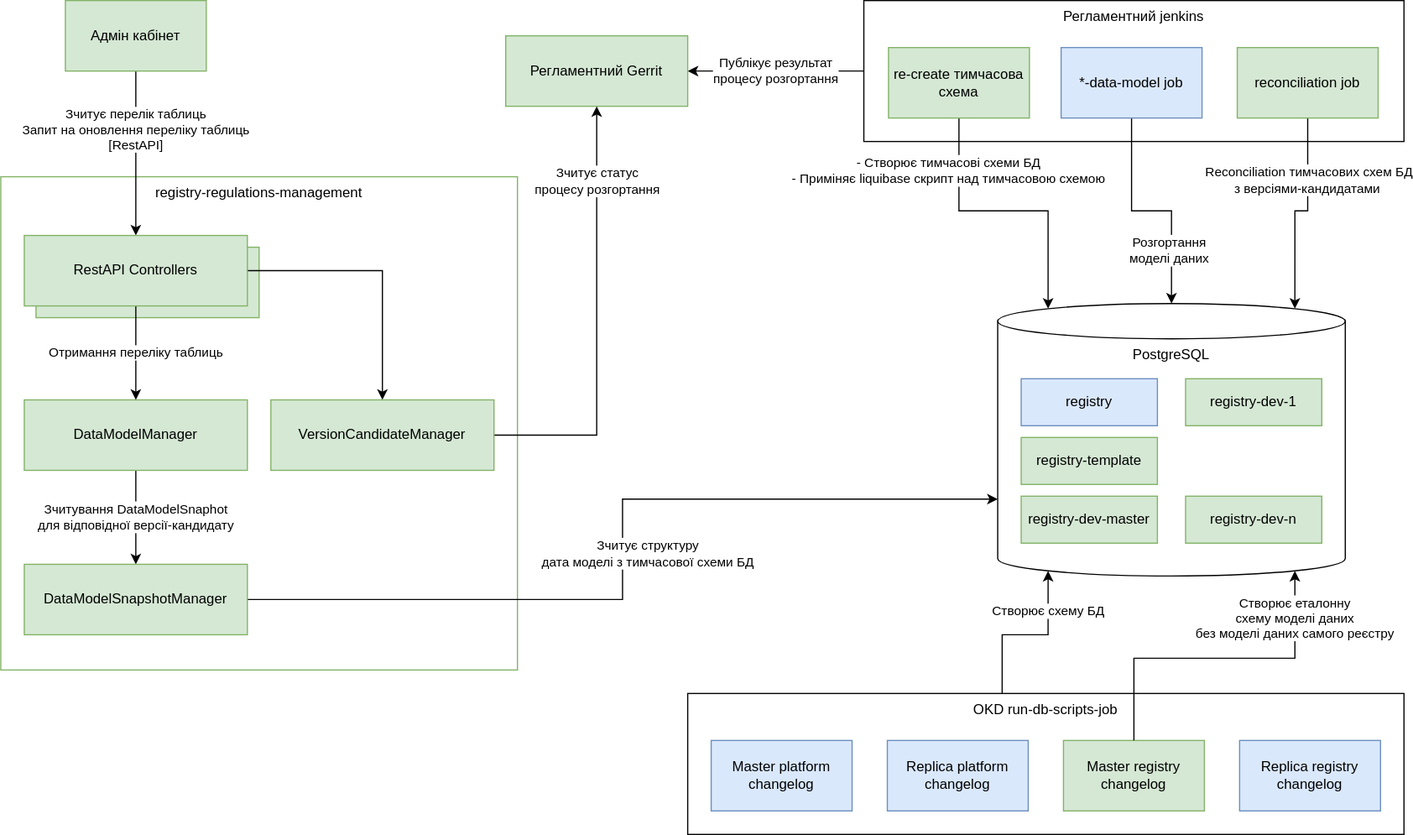
Earlier version of the draw.io export modules/arch/images/architecture-workspace/platform-evolution/data-model-version-candidates/target-design.svg (epam/edp-ddm-architecture). Source tidied: cells renumbered, new cells last; positions are measured from the earlier drawing's top-left corner, leaving out a move shared by most shapes.
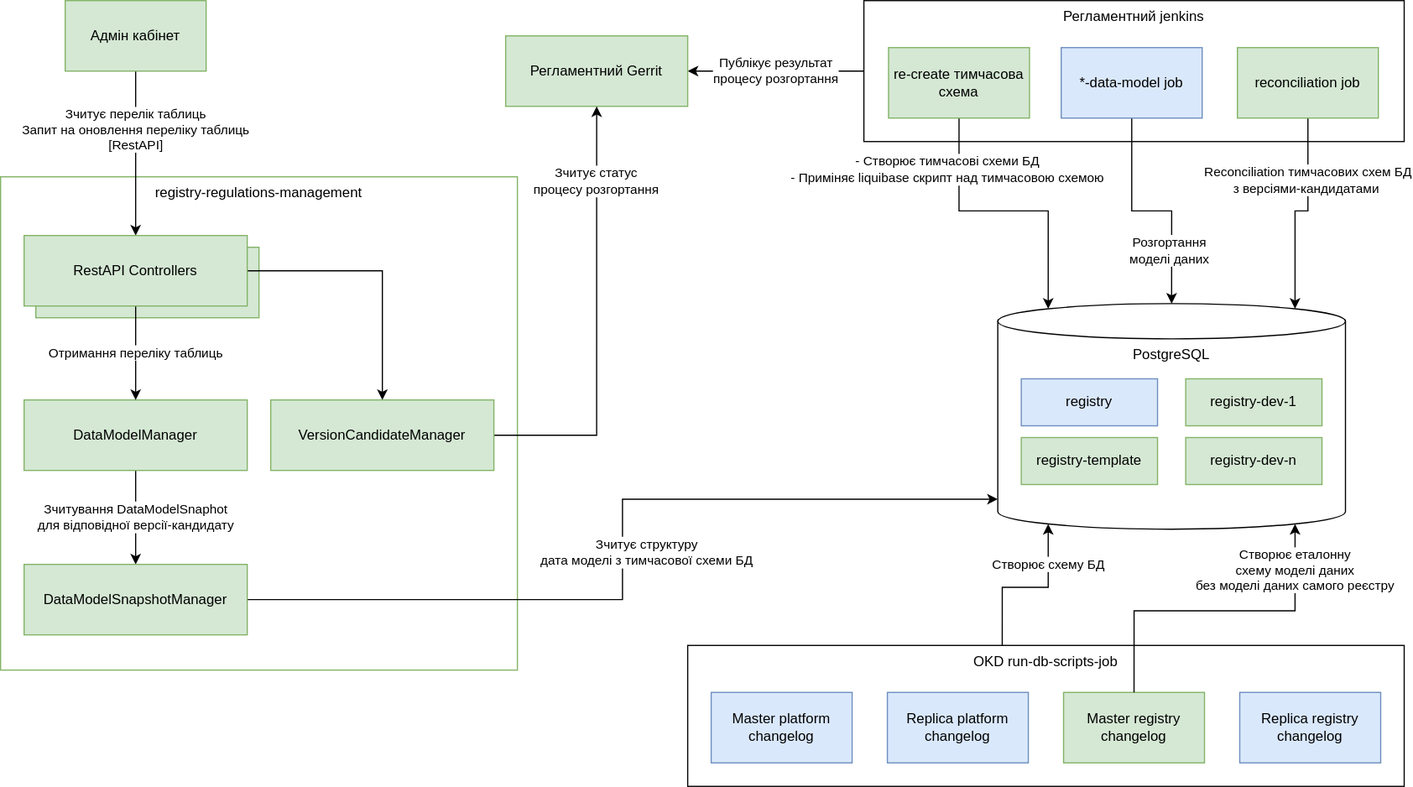
After the commit.

Commit message:
[EDP-DDM-21858] Admin portal: change table list tech design

Change to the diagram source:
```diff
@@ -9,13 +9,13 @@
       <mxGeometry x="735" width="460" height="120" as="geometry" />
     </mxCell>
     <mxCell id="4" value="..." style="text;html=1;strokeColor=none;fillColor=none;align=center;verticalAlign=middle;whiteSpace=wrap;rounded=0;" parent="1" vertex="1">
-      <mxGeometry x="640" y="671" width="60" height="30" as="geometry" />
+      <mxGeometry x="640" y="630" width="60" height="30" as="geometry" />
     </mxCell>
     <mxCell id="5" value="RestAPI controllers" style="rounded=0;whiteSpace=wrap;html=1;fillColor=#d5e8d4;strokeColor=#82b366;" parent="1" vertex="1">
       <mxGeometry x="30" y="210" width="190" height="60" as="geometry" />
     </mxCell>
     <mxCell id="6" style="group;" parent="1" vertex="1">
-      <mxGeometry x="585" y="590" width="610" height="120" as="geometry" />
+      <mxGeometry x="585" y="549" width="610" height="120" as="geometry" />
     </mxCell>
     <mxCell id="7" value="OKD run-db-scripts-job" style="rounded=0;whiteSpace=wrap;html=1;verticalAlign=top;" parent="6" vertex="1">
       <mxGeometry width="610" height="120" as="geometry" />
@@ -99,7 +99,7 @@
       <mxGeometry x="1053" y="40" width="120" height="60" as="geometry" />
     </mxCell>
     <mxCell id="32" value="PostgreSQL" style="shape=cylinder3;whiteSpace=wrap;html=1;boundedLbl=1;backgroundOutline=1;size=15;verticalAlign=top;" parent="1" vertex="1">
-      <mxGeometry x="849" y="258" width="296" height="232" as="geometry" />
+      <mxGeometry x="849" y="258" width="296" height="192" as="geometry" />
     </mxCell>
     <mxCell id="33" value="registry" style="rounded=0;whiteSpace=wrap;html=1;fillColor=#dae8fc;strokeColor=#6c8ebf;" parent="1" vertex="1">
       <mxGeometry x="869" y="322" width="116" height="40" as="geometry" />
@@ -107,14 +107,11 @@
     <mxCell id="34" value="registry-template" style="rounded=0;whiteSpace=wrap;html=1;fillColor=#d5e8d4;strokeColor=#82b366;" parent="1" vertex="1">
       <mxGeometry x="869" y="372" width="116" height="40" as="geometry" />
     </mxCell>
-    <mxCell id="35" value="registry-dev-master" style="rounded=0;whiteSpace=wrap;html=1;fillColor=#d5e8d4;strokeColor=#82b366;" parent="1" vertex="1">
-      <mxGeometry x="869" y="422" width="116" height="40" as="geometry" />
-    </mxCell>
     <mxCell id="36" value="registry-dev-1" style="rounded=0;whiteSpace=wrap;html=1;fillColor=#d5e8d4;strokeColor=#82b366;" parent="1" vertex="1">
       <mxGeometry x="1009" y="322" width="116" height="40" as="geometry" />
     </mxCell>
     <mxCell id="37" value="registry-dev-n" style="rounded=0;whiteSpace=wrap;html=1;fillColor=#d5e8d4;strokeColor=#82b366;" parent="1" vertex="1">
-      <mxGeometry x="1009" y="422" width="116" height="40" as="geometry" />
+      <mxGeometry x="1009" y="372" width="116" height="40" as="geometry" />
     </mxCell>
     <mxCell id="38" value="Регламентний Gerrit" style="rounded=0;whiteSpace=wrap;html=1;fillColor=#d5e8d4;strokeColor=#82b366;" parent="1" vertex="1">
       <mxGeometry x="430" y="30" width="155" height="60" as="geometry" />
```
